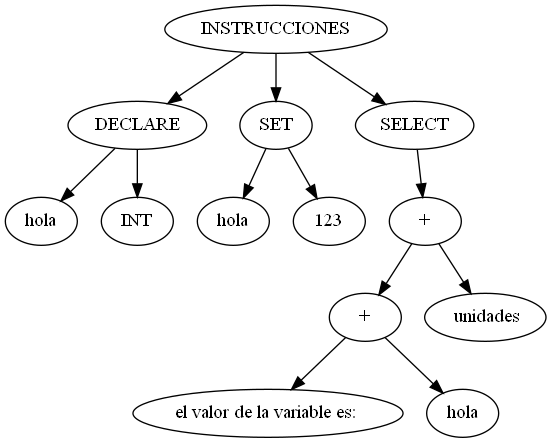
joshi-debb/xsql_ide_ply keeps this Graphviz diagram as backend/AST.png. Above is the earlier version. Its source is kept beside it as backend/AST.dot. The source it was exported from:
```dot
digraph {
	0 [label = "INSTRUCCIONES"];
	1 [label = "DECLARE"];
	2 [label = "hola"];
	3 [label = "INT"];
	4 [label = "SET"];
	5 [label = "hola"];
	6 [label = "123"];
	7 [label = "SELECT"];
	8 [label = "+"];
	9 [label = "+"];
	10 [label = "el valor de la variable es: "];
	11 [label = "hola"];
	12 [label = " unidades"];
	0 -> 1;
	1 -> 2;
	1 -> 3;
	0 -> 4;
	4 -> 5;
	4 -> 6;
	0 -> 7;
	7 -> 8;
	8 -> 9;
	9 -> 10;
	9 -> 11;
	8 -> 12;
}
```
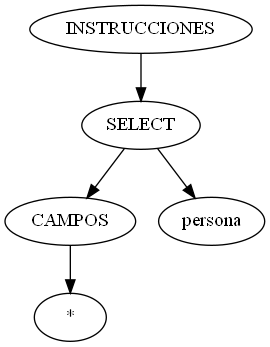
The same diagram one commit later.

What changed in the source:
```diff
@@ -1,27 +1,11 @@
 digraph {
 	0 [label = "INSTRUCCIONES"];
-	1 [label = "DECLARE"];
-	2 [label = "hola"];
-	3 [label = "INT"];
-	4 [label = "SET"];
-	5 [label = "hola"];
-	6 [label = "123"];
-	7 [label = "SELECT"];
-	8 [label = "+"];
-	9 [label = "+"];
-	10 [label = "el valor de la variable es: "];
-	11 [label = "hola"];
-	12 [label = " unidades"];
+	1 [label = "SELECT"];
+	2 [label = "CAMPOS"];
+	3 [label = "*"];
+	4 [label = "persona"];
 	0 -> 1;
 	1 -> 2;
-	1 -> 3;
-	0 -> 4;
-	4 -> 5;
-	4 -> 6;
-	0 -> 7;
-	7 -> 8;
-	8 -> 9;
-	9 -> 10;
-	9 -> 11;
-	8 -> 12;
+	2 -> 3;
+	1 -> 4;
 }
```
